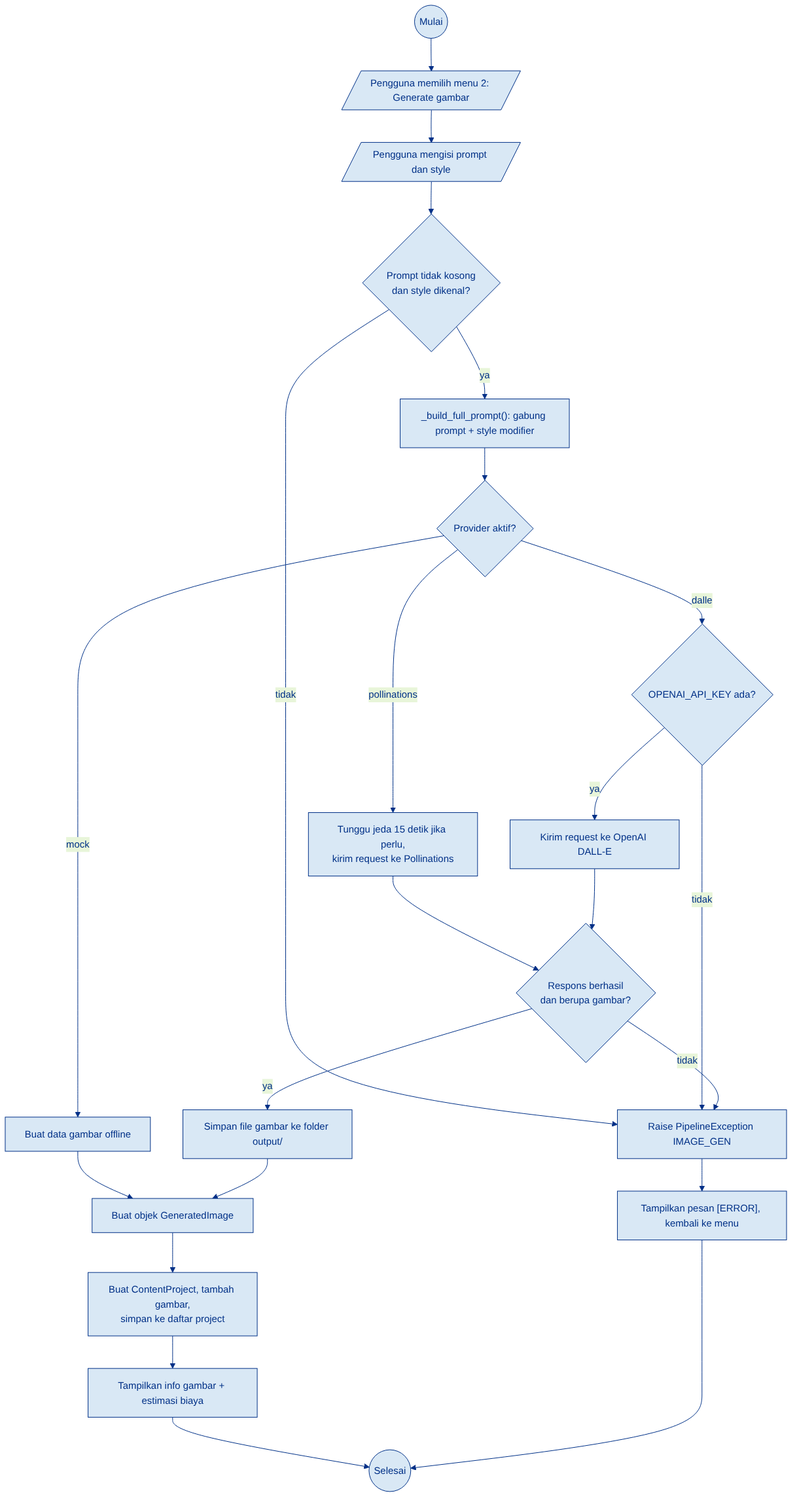
Earlier version of the Mermaid export docs/diagrams/activity1.png (Sesu-laia/ai-content-studio). Its source is kept beside it as docs/diagrams/activity1.mmd. The source it was exported from:
```mermaid
flowchart TD
    A((Mulai)) --> B[/"Pengguna memilih menu 2: Generate gambar"/]
    B --> C[/"Pengguna mengisi prompt dan style"/]
    C --> D{"Prompt tidak kosong<br/>dan style dikenal?"}
    D -- tidak --> E["Raise PipelineException IMAGE_GEN"]
    D -- ya --> F["_build_full_prompt(): gabung prompt + style modifier"]
    F --> G{"Provider aktif?"}
    G -- mock --> H["Buat data gambar offline"]
    G -- pollinations --> I["Tunggu jeda 15 detik jika perlu,<br/>kirim request ke Pollinations"]
    G -- dalle --> J{"OPENAI_API_KEY ada?"}
    J -- tidak --> E
    J -- ya --> K["Kirim request ke OpenAI DALL-E"]
    I --> L{"Respons berhasil<br/>dan berupa gambar?"}
    K --> L
    L -- tidak --> E
    L -- ya --> M["Simpan file gambar ke folder output/"]
    H --> N["Buat objek GeneratedImage"]
    M --> N
    N --> O["Buat ContentProject, tambah gambar,<br/>simpan ke daftar project"]
    O --> P["Tampilkan info gambar + estimasi biaya"]
    E --> Q["Tampilkan pesan [ERROR], kembali ke menu"]
    P --> Z((Selesai))
    Q --> Z
```
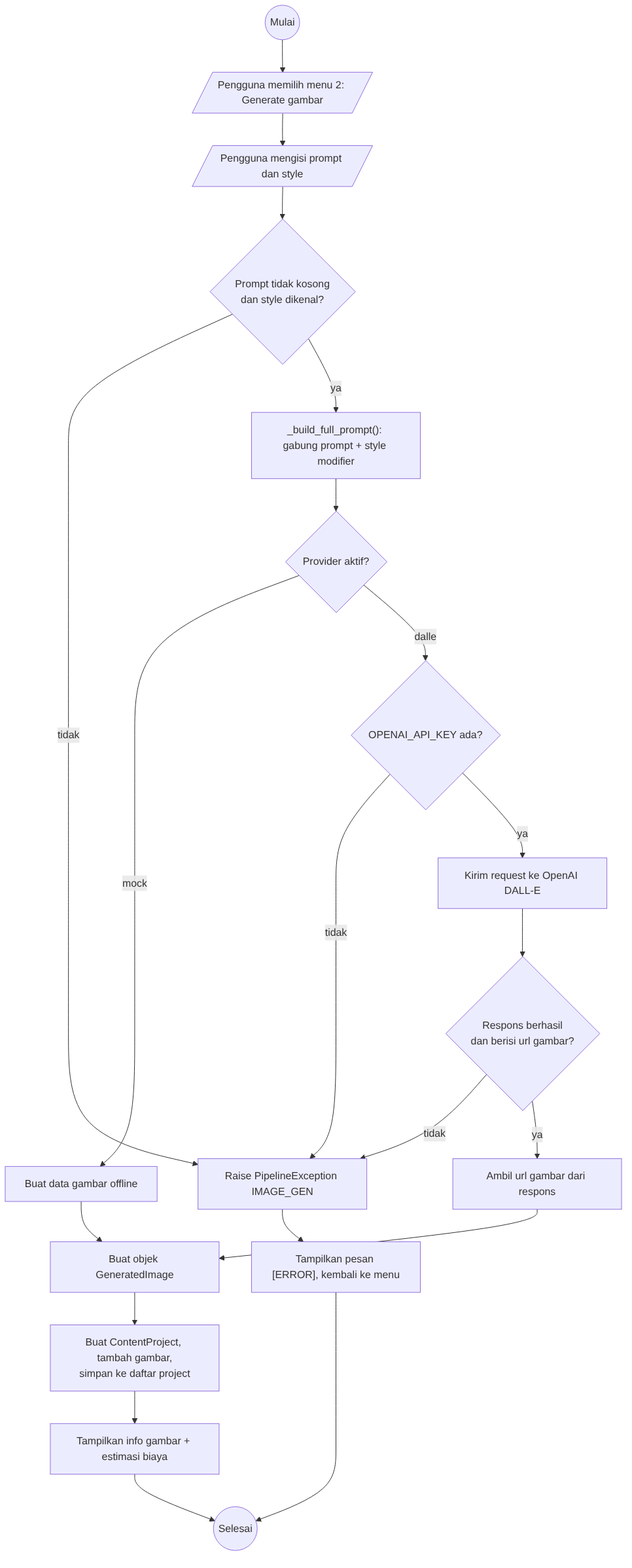
Above is the later version.

Diff of the diagram source:
```diff
@@ -6,14 +6,12 @@
     D -- ya --> F["_build_full_prompt(): gabung prompt + style modifier"]
     F --> G{"Provider aktif?"}
     G -- mock --> H["Buat data gambar offline"]
-    G -- pollinations --> I["Tunggu jeda 15 detik jika perlu,<br/>kirim request ke Pollinations"]
     G -- dalle --> J{"OPENAI_API_KEY ada?"}
     J -- tidak --> E
     J -- ya --> K["Kirim request ke OpenAI DALL-E"]
-    I --> L{"Respons berhasil<br/>dan berupa gambar?"}
-    K --> L
+    K --> L{"Respons berhasil<br/>dan berisi url gambar?"}
     L -- tidak --> E
-    L -- ya --> M["Simpan file gambar ke folder output/"]
+    L -- ya --> M["Ambil url gambar dari respons"]
     H --> N["Buat objek GeneratedImage"]
     M --> N
     N --> O["Buat ContentProject, tambah gambar,<br/>simpan ke daftar project"]
```
